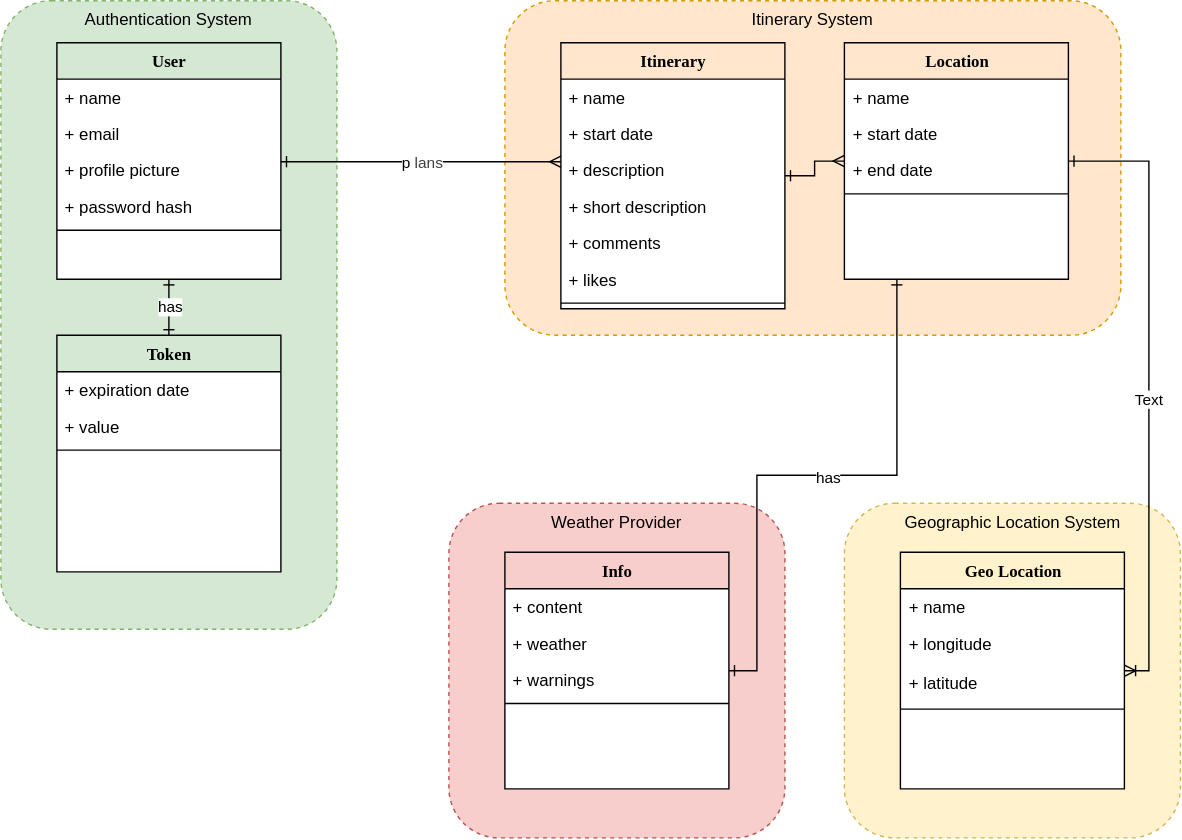
Before: docs/domain-model.drawio.svg, a diagram exported from draw.io (CloudAppDevProject/CloudAppDev). Source tidied: cells renumbered, new cells last; positions are measured from the earlier drawing's top-left corner, leaving out a move shared by most shapes. Source of this version:
```xml
<mxGraphModel>
  <root>
    <mxCell id="0" />
    <mxCell id="1" parent="0" />
    <mxCell id="2" value="Authentication System" style="rounded=1;whiteSpace=wrap;html=1;fillColor=#d5e8d4;dashed=1;verticalAlign=top;strokeColor=#82b366;" parent="1" vertex="1">
      <mxGeometry width="240" height="449" as="geometry" />
    </mxCell>
    <mxCell id="3" value="Itinerary System" style="rounded=1;whiteSpace=wrap;html=1;fillColor=#ffe6cc;dashed=1;verticalAlign=top;strokeColor=#d79b00;" parent="1" vertex="1">
      <mxGeometry x="360" width="440" height="239" as="geometry" />
    </mxCell>
    <mxCell id="4" value="User" style="swimlane;html=1;fontStyle=1;align=center;verticalAlign=top;horizontal=1;startSize=26;swimlaneFillColor=#ffffff;rounded=0;shadow=0;comic=0;labelBackgroundColor=none;strokeWidth=1;fillColor=none;fontFamily=Verdana;fontSize=12;" parent="1" vertex="1">
      <mxGeometry x="40" y="30" width="160" height="169" as="geometry" />
    </mxCell>
    <mxCell id="5" value="+ name" style="text;html=1;strokeColor=none;fillColor=none;align=left;verticalAlign=top;spacingLeft=4;spacingRight=4;whiteSpace=wrap;overflow=hidden;" parent="4" vertex="1">
      <mxGeometry y="26" width="160" height="26" as="geometry" />
    </mxCell>
    <mxCell id="6" value="+ email" style="text;html=1;strokeColor=none;fillColor=none;align=left;verticalAlign=top;spacingLeft=4;spacingRight=4;whiteSpace=wrap;overflow=hidden;" parent="4" vertex="1">
      <mxGeometry y="52" width="160" height="26" as="geometry" />
    </mxCell>
    <mxCell id="7" value="+ profile picture" style="text;html=1;strokeColor=none;fillColor=none;align=left;verticalAlign=top;spacingLeft=4;spacingRight=4;whiteSpace=wrap;overflow=hidden;points=[[0,0.5],[1,0.5]];portConstraint=eastwest;" parent="4" vertex="1">
      <mxGeometry y="78" width="160" height="26" as="geometry" />
    </mxCell>
    <mxCell id="8" value="+ password hash" style="text;html=1;strokeColor=none;fillColor=none;align=left;verticalAlign=top;spacingLeft=4;spacingRight=4;whiteSpace=wrap;overflow=hidden;" parent="4" vertex="1">
      <mxGeometry y="104" width="160" height="26" as="geometry" />
    </mxCell>
    <mxCell id="9" style="line;html=1;strokeWidth=1;fillColor=none;align=left;verticalAlign=middle;spacingTop=-1;spacingLeft=3;spacingRight=3;labelPosition=right;" parent="4" vertex="1">
      <mxGeometry y="130" width="160" height="8" as="geometry" />
    </mxCell>
    <mxCell id="10" style="edgeStyle=orthogonalEdgeStyle;rounded=0;jettySize=auto;html=1;startArrow=ERone;startFill=0;endArrow=ERmany;endFill=0;" parent="1" edge="1" source="11" target="19">
      <mxGeometry relative="1" as="geometry" />
    </mxCell>
    <mxCell id="11" value="Itinerary" style="swimlane;html=1;fontStyle=1;align=center;verticalAlign=top;horizontal=1;startSize=26;swimlaneFillColor=#ffffff;rounded=0;shadow=0;comic=0;labelBackgroundColor=none;strokeWidth=1;fillColor=none;fontFamily=Verdana;fontSize=12;" parent="1" vertex="1">
      <mxGeometry x="400" y="30" width="160" height="190" as="geometry" />
    </mxCell>
    <mxCell id="12" value="+ name" style="text;html=1;strokeColor=none;fillColor=none;align=left;verticalAlign=top;spacingLeft=4;spacingRight=4;whiteSpace=wrap;overflow=hidden;" parent="11" vertex="1">
      <mxGeometry y="26" width="160" height="26" as="geometry" />
    </mxCell>
    <mxCell id="13" value="+ start date" style="text;html=1;strokeColor=none;fillColor=none;align=left;verticalAlign=top;spacingLeft=4;spacingRight=4;whiteSpace=wrap;overflow=hidden;" parent="11" vertex="1">
      <mxGeometry y="52" width="160" height="26" as="geometry" />
    </mxCell>
    <mxCell id="14" value="+ description" style="text;html=1;strokeColor=none;fillColor=none;align=left;verticalAlign=top;spacingLeft=4;spacingRight=4;whiteSpace=wrap;overflow=hidden;" parent="11" vertex="1">
      <mxGeometry y="78" width="160" height="26" as="geometry" />
    </mxCell>
    <mxCell id="15" value="+ short description" style="text;html=1;strokeColor=none;fillColor=none;align=left;verticalAlign=top;spacingLeft=4;spacingRight=4;whiteSpace=wrap;overflow=hidden;" parent="11" vertex="1">
      <mxGeometry y="104" width="160" height="26" as="geometry" />
    </mxCell>
    <mxCell id="16" value="+ comments" style="text;html=1;strokeColor=none;fillColor=none;align=left;verticalAlign=top;spacingLeft=4;spacingRight=4;whiteSpace=wrap;overflow=hidden;" parent="11" vertex="1">
      <mxGeometry y="130" width="160" height="26" as="geometry" />
    </mxCell>
    <mxCell id="17" value="+ likes" style="text;html=1;strokeColor=none;fillColor=none;align=left;verticalAlign=top;spacingLeft=4;spacingRight=4;whiteSpace=wrap;overflow=hidden;" parent="11" vertex="1">
      <mxGeometry y="156" width="160" height="26" as="geometry" />
    </mxCell>
    <mxCell id="18" style="line;html=1;strokeWidth=1;fillColor=none;align=left;verticalAlign=middle;spacingTop=-1;spacingLeft=3;spacingRight=3;labelPosition=right;" parent="11" vertex="1">
      <mxGeometry y="182" width="160" height="8" as="geometry" />
    </mxCell>
    <mxCell id="19" value="Location" style="swimlane;html=1;fontStyle=1;align=center;verticalAlign=top;horizontal=1;startSize=26;swimlaneFillColor=#ffffff;rounded=0;shadow=0;comic=0;labelBackgroundColor=none;strokeWidth=1;fillColor=none;fontFamily=Verdana;fontSize=12;" parent="1" vertex="1">
      <mxGeometry x="602.5" y="30" width="160" height="169" as="geometry" />
    </mxCell>
    <mxCell id="20" value="+ name&lt;span style=&quot;color: rgba(0, 0, 0, 0); font-family: monospace; font-size: 0px; text-wrap-mode: nowrap;&quot;&gt;%3CmxGraphModel%3E%3Croot%3E%3CmxCell%20id%3D%220%22%2F%3E%3CmxCell%20id%3D%221%22%20parent%3D%220%22%2F%3E%3CmxCell%20id%3D%222%22%20value%3D%22Authentication%20system%22%20style%3D%22rounded%3D1%3BwhiteSpace%3Dwrap%3Bhtml%3D1%3BfillColor%3Dnone%3Bdashed%3D1%3BverticalAlign%3Dtop%3B%22%20vertex%3D%221%22%20parent%3D%221%22%3E%3CmxGeometry%20x%3D%2230%22%20y%3D%2251%22%20width%3D%22290%22%20height%3D%22309%22%20as%3D%22geometry%22%2F%3E%3C%2FmxCell%3E%3C%2Froot%3E%3C%2FmxGraphModel%3E: string: string&lt;/span&gt;" style="text;html=1;strokeColor=none;fillColor=none;align=left;verticalAlign=top;spacingLeft=4;spacingRight=4;whiteSpace=wrap;overflow=hidden;" parent="19" vertex="1">
      <mxGeometry y="26" width="160" height="26" as="geometry" />
    </mxCell>
    <mxCell id="21" value="+ start date" style="text;html=1;strokeColor=none;fillColor=none;align=left;verticalAlign=top;spacingLeft=4;spacingRight=4;whiteSpace=wrap;overflow=hidden;" parent="19" vertex="1">
      <mxGeometry y="52" width="160" height="26" as="geometry" />
    </mxCell>
    <mxCell id="22" value="+ end date" style="text;html=1;strokeColor=none;fillColor=none;align=left;verticalAlign=top;spacingLeft=4;spacingRight=4;whiteSpace=wrap;overflow=hidden;" parent="19" vertex="1">
      <mxGeometry y="78" width="160" height="26" as="geometry" />
    </mxCell>
    <mxCell id="23" style="line;html=1;strokeWidth=1;fillColor=none;align=left;verticalAlign=middle;spacingTop=-1;spacingLeft=3;spacingRight=3;labelPosition=right;" parent="19" vertex="1">
      <mxGeometry y="104" width="160" height="8" as="geometry" />
    </mxCell>
    <mxCell id="24" value="Weather Provider" style="rounded=1;whiteSpace=wrap;html=1;fillColor=#f8cecc;dashed=1;verticalAlign=top;strokeColor=#b85450;" parent="1" vertex="1">
      <mxGeometry x="320" y="359" width="240" height="239" as="geometry" />
    </mxCell>
    <mxCell id="25" style="edgeStyle=orthogonalEdgeStyle;rounded=0;jettySize=auto;html=1;startArrow=ERone;startFill=0;endArrow=ERone;endFill=0;" parent="1" edge="1" source="27" target="19">
      <mxGeometry relative="1" as="geometry">
        <Array as="points">
          <mxPoint x="540" y="479" />
          <mxPoint x="540" y="339" />
          <mxPoint x="640" y="339" />
        </Array>
      </mxGeometry>
    </mxCell>
    <mxCell id="26" value="has" style="edgeLabel;html=1;align=center;verticalAlign=middle;" parent="25" vertex="1">
      <mxGeometry x="0.58" y="2" relative="1" as="geometry">
        <mxPoint x="-48" y="56" as="offset" />
      </mxGeometry>
    </mxCell>
    <mxCell id="27" value="Info" style="swimlane;html=1;fontStyle=1;align=center;verticalAlign=top;horizontal=1;startSize=26;swimlaneFillColor=#ffffff;rounded=0;shadow=0;comic=0;labelBackgroundColor=none;strokeWidth=1;fillColor=none;fontFamily=Verdana;fontSize=12;" parent="1" vertex="1">
      <mxGeometry x="360" y="394" width="160" height="169" as="geometry" />
    </mxCell>
    <mxCell id="28" value="+ content" style="text;html=1;strokeColor=none;fillColor=none;align=left;verticalAlign=top;spacingLeft=4;spacingRight=4;whiteSpace=wrap;overflow=hidden;" parent="27" vertex="1">
      <mxGeometry y="26" width="160" height="26" as="geometry" />
    </mxCell>
    <mxCell id="29" value="+ weather" style="text;html=1;strokeColor=none;fillColor=none;align=left;verticalAlign=top;spacingLeft=4;spacingRight=4;whiteSpace=wrap;overflow=hidden;" parent="27" vertex="1">
      <mxGeometry y="52" width="160" height="26" as="geometry" />
    </mxCell>
    <mxCell id="30" value="+ warnings" style="text;html=1;strokeColor=none;fillColor=none;align=left;verticalAlign=top;spacingLeft=4;spacingRight=4;whiteSpace=wrap;overflow=hidden;" parent="27" vertex="1">
      <mxGeometry y="78" width="160" height="26" as="geometry" />
    </mxCell>
    <mxCell id="31" style="line;html=1;strokeWidth=1;fillColor=none;align=left;verticalAlign=middle;spacingTop=-1;spacingLeft=3;spacingRight=3;labelPosition=right;" parent="27" vertex="1">
      <mxGeometry y="104" width="160" height="8" as="geometry" />
    </mxCell>
    <mxCell id="32" value="Geographic Location System" style="rounded=1;whiteSpace=wrap;html=1;fillColor=#fff2cc;dashed=1;verticalAlign=top;strokeColor=#d6b656;" parent="1" vertex="1">
      <mxGeometry x="602.5" y="359" width="240" height="239" as="geometry" />
    </mxCell>
    <mxCell id="33" value="Geo Location" style="swimlane;html=1;fontStyle=1;align=center;verticalAlign=top;horizontal=1;startSize=26;swimlaneFillColor=#ffffff;rounded=0;shadow=0;comic=0;labelBackgroundColor=none;strokeWidth=1;fillColor=none;fontFamily=Verdana;fontSize=12;" parent="1" vertex="1">
      <mxGeometry x="642.5" y="394" width="160" height="169" as="geometry" />
    </mxCell>
    <mxCell id="34" value="+ name" style="text;html=1;strokeColor=none;fillColor=none;align=left;verticalAlign=top;spacingLeft=4;spacingRight=4;whiteSpace=wrap;overflow=hidden;" parent="33" vertex="1">
      <mxGeometry y="26" width="160" height="26" as="geometry" />
    </mxCell>
    <mxCell id="35" value="+ longitude" style="text;html=1;strokeColor=none;fillColor=none;align=left;verticalAlign=top;spacingLeft=4;spacingRight=4;whiteSpace=wrap;overflow=hidden;" parent="33" vertex="1">
      <mxGeometry y="52" width="160" height="28" as="geometry" />
    </mxCell>
    <mxCell id="36" value="+ latitude" style="text;html=1;strokeColor=none;fillColor=none;align=left;verticalAlign=top;spacingLeft=4;spacingRight=4;whiteSpace=wrap;overflow=hidden;" parent="33" vertex="1">
      <mxGeometry y="80" width="160" height="28" as="geometry" />
    </mxCell>
    <mxCell id="37" style="line;html=1;strokeWidth=1;fillColor=none;align=left;verticalAlign=middle;spacingTop=-1;spacingLeft=3;spacingRight=3;labelPosition=right;" parent="33" vertex="1">
      <mxGeometry y="108" width="160" height="8" as="geometry" />
    </mxCell>
    <mxCell id="38" style="edgeStyle=orthogonalEdgeStyle;rounded=0;jettySize=auto;html=1;startArrow=ERone;startFill=0;endArrow=ERone;endFill=0;" parent="1" edge="1" source="40" target="4">
      <mxGeometry relative="1" as="geometry" />
    </mxCell>
    <mxCell id="39" value="has" style="edgeLabel;html=1;align=center;verticalAlign=middle;" parent="38" vertex="1">
      <mxGeometry x="0.18" y="2" relative="1" as="geometry">
        <mxPoint x="2" y="3" as="offset" />
      </mxGeometry>
    </mxCell>
    <mxCell id="40" value="Token" style="swimlane;html=1;fontStyle=1;align=center;verticalAlign=top;horizontal=1;startSize=26;swimlaneFillColor=#ffffff;rounded=0;shadow=0;comic=0;labelBackgroundColor=none;strokeWidth=1;fillColor=none;fontFamily=Verdana;fontSize=12;" parent="1" vertex="1">
      <mxGeometry x="40" y="239" width="160" height="169" as="geometry" />
    </mxCell>
    <mxCell id="41" value="+ expiration date" style="text;html=1;strokeColor=none;fillColor=none;align=left;verticalAlign=top;spacingLeft=4;spacingRight=4;whiteSpace=wrap;overflow=hidden;" parent="40" vertex="1">
      <mxGeometry y="26" width="160" height="26" as="geometry" />
    </mxCell>
    <mxCell id="42" value="+ value" style="text;html=1;strokeColor=none;fillColor=none;align=left;verticalAlign=top;spacingLeft=4;spacingRight=4;whiteSpace=wrap;overflow=hidden;" parent="40" vertex="1">
      <mxGeometry y="52" width="160" height="26" as="geometry" />
    </mxCell>
    <mxCell id="43" style="line;html=1;strokeWidth=1;fillColor=none;align=left;verticalAlign=middle;spacingTop=-1;spacingLeft=3;spacingRight=3;labelPosition=right;" parent="40" vertex="1">
      <mxGeometry y="78" width="160" height="8" as="geometry" />
    </mxCell>
    <mxCell id="44" style="edgeStyle=orthogonalEdgeStyle;rounded=0;jettySize=auto;html=1;endArrow=ERmany;endFill=0;startArrow=ERone;startFill=0;" parent="1" edge="1" source="7" target="11">
      <mxGeometry relative="1" as="geometry">
        <Array as="points">
          <mxPoint x="250" y="115" />
          <mxPoint x="250" y="115" />
        </Array>
      </mxGeometry>
    </mxCell>
    <mxCell id="45" value="p&lt;span style=&quot;color: rgb(63, 63, 63); background-color: light-dark(#ffffff, var(--ge-dark-color, #121212));&quot;&gt;lans&lt;/span&gt;" style="edgeLabel;html=1;align=center;verticalAlign=middle;" parent="44" vertex="1">
      <mxGeometry x="-0.18" y="4" relative="1" as="geometry">
        <mxPoint x="18" y="4" as="offset" />
      </mxGeometry>
    </mxCell>
    <mxCell id="46" style="edgeStyle=orthogonalEdgeStyle;rounded=0;jettySize=auto;html=1;endArrow=ERoneToMany;endFill=0;startArrow=ERone;startFill=0;" parent="1" edge="1" source="19" target="33">
      <mxGeometry relative="1" as="geometry">
        <Array as="points">
          <mxPoint x="820" y="114.5" />
          <mxPoint x="820" y="478.5" />
        </Array>
      </mxGeometry>
    </mxCell>
    <mxCell id="47" value="Text" style="edgeLabel;html=1;align=center;verticalAlign=middle;" parent="46" vertex="1">
      <mxGeometry x="0.04" y="-1" relative="1" as="geometry" />
    </mxCell>
  </root>
</mxGraphModel>
```
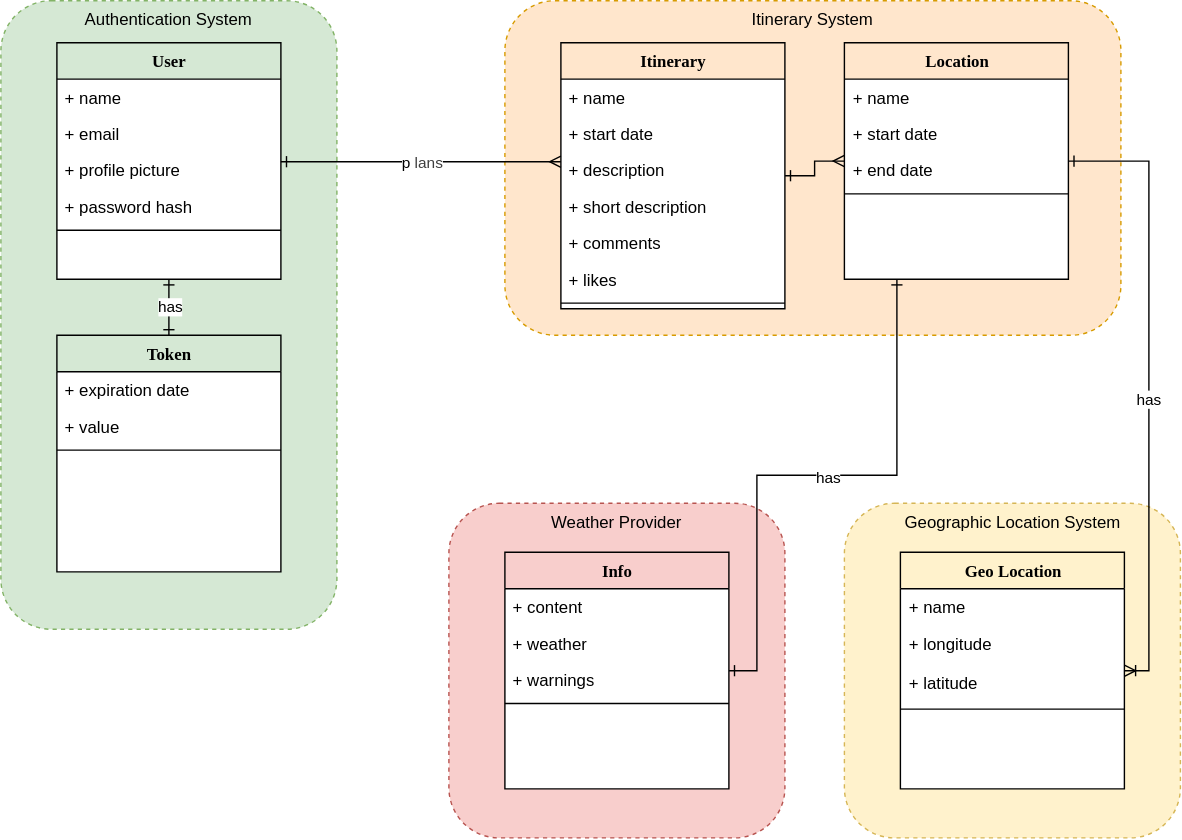
The same diagram one commit later.

Commit message:
Update domain model SVG: change text from "Text" to "has"

The edit, as a diff of the source:
```diff
@@ -159,7 +159,7 @@
         </Array>
       </mxGeometry>
     </mxCell>
-    <mxCell id="47" value="Text" style="edgeLabel;html=1;align=center;verticalAlign=middle;" parent="46" vertex="1">
+    <mxCell id="47" value="has" style="edgeLabel;html=1;align=center;verticalAlign=middle;" parent="46" vertex="1">
       <mxGeometry x="0.04" y="-1" relative="1" as="geometry" />
     </mxCell>
   </root>
```
